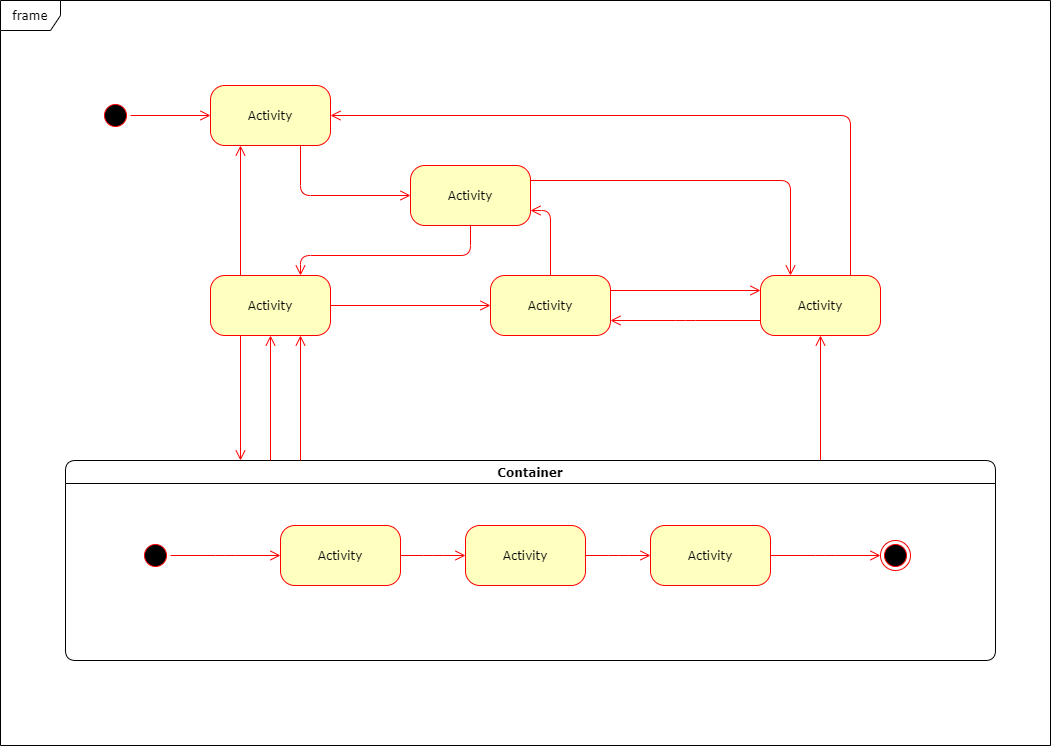
Above: 状态图.png in dreamMilk/diagram (draw.io), before the change. Source tidied: cells renumbered, new cells last; positions are measured from the earlier drawing's top-left corner, leaving out a move shared by most shapes.
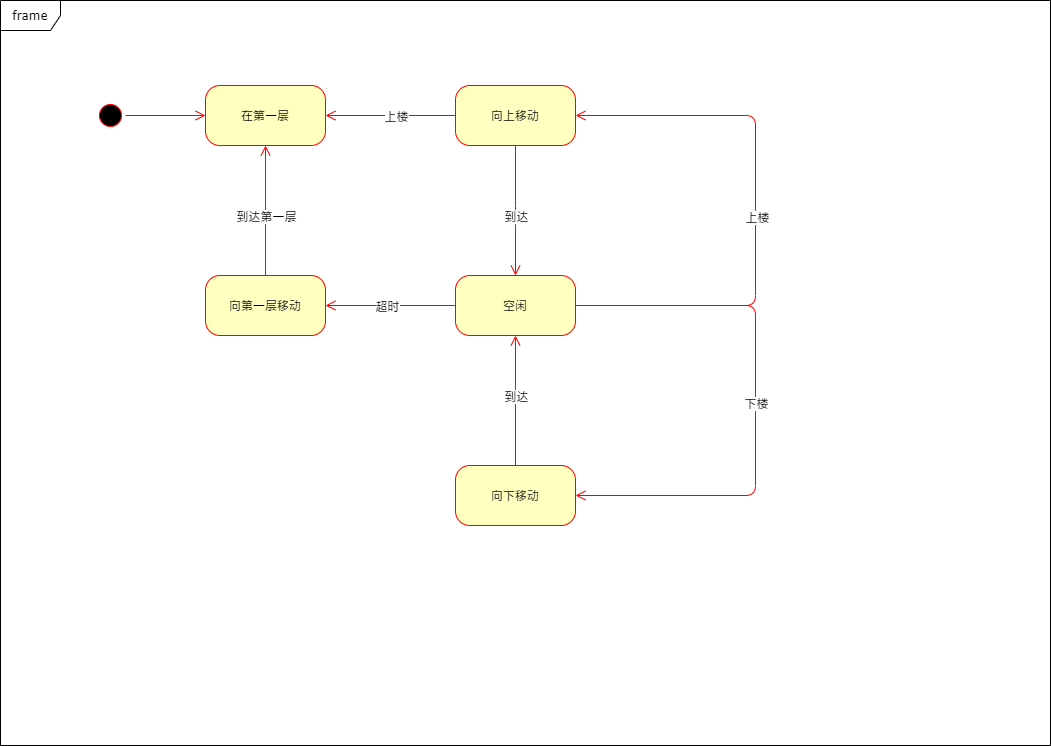
The same file after the commit.

Commit message:
更新   状态图.png

Change to the diagram source:
```diff
@@ -2,111 +2,99 @@
   <root>
     <mxCell id="0" />
     <mxCell id="1" parent="0" />
+    <mxCell id="22" value="frame" style="shape=umlFrame;whiteSpace=wrap;html=1;rounded=1;shadow=0;comic=0;labelBackgroundColor=none;strokeWidth=1;fontFamily=Verdana;fontSize=12;align=center;" parent="1" vertex="1">
+      <mxGeometry x="5" width="1050" height="745" as="geometry" />
+    </mxCell>
     <mxCell id="2" style="ellipse;html=1;shape=startState;fillColor=#000000;strokeColor=#ff0000;rounded=1;shadow=0;comic=0;labelBackgroundColor=none;fontFamily=Verdana;fontSize=12;fontColor=#000000;align=center;direction=south;" parent="1" vertex="1">
       <mxGeometry x="100" y="100" width="30" height="30" as="geometry" />
     </mxCell>
-    <mxCell id="3" value="Activity" style="rounded=1;whiteSpace=wrap;html=1;arcSize=24;fillColor=#ffffc0;strokeColor=#ff0000;shadow=0;comic=0;labelBackgroundColor=none;fontFamily=Verdana;fontSize=12;fontColor=#000000;align=center;" parent="1" vertex="1">
+    <mxCell id="3" value="向第一层移动" style="rounded=1;whiteSpace=wrap;html=1;arcSize=24;fillColor=#ffffc0;strokeColor=#ff0000;shadow=0;comic=0;labelBackgroundColor=none;fontFamily=Verdana;fontSize=12;fontColor=#000000;align=center;" parent="1" vertex="1">
       <mxGeometry x="210" y="275" width="120" height="60" as="geometry" />
     </mxCell>
-    <mxCell id="4" value="Activity" style="rounded=1;whiteSpace=wrap;html=1;arcSize=24;fillColor=#ffffc0;strokeColor=#ff0000;shadow=0;comic=0;labelBackgroundColor=none;fontFamily=Verdana;fontSize=12;fontColor=#000000;align=center;" parent="1" vertex="1">
+    <mxCell id="4" value="在第一层" style="rounded=1;whiteSpace=wrap;html=1;arcSize=24;fillColor=#ffffc0;strokeColor=#ff0000;shadow=0;comic=0;labelBackgroundColor=none;fontFamily=Verdana;fontSize=12;fontColor=#000000;align=center;" parent="1" vertex="1">
       <mxGeometry x="210" y="85" width="120" height="60" as="geometry" />
     </mxCell>
-    <mxCell id="5" style="edgeStyle=orthogonalEdgeStyle;html=1;exitX=1;exitY=0.25;entryX=0.25;entryY=0;labelBackgroundColor=none;endArrow=open;endSize=8;strokeColor=#ff0000;fontFamily=Verdana;fontSize=12;align=left;" parent="1" edge="1" source="6" target="9">
-      <mxGeometry relative="1" as="geometry" />
-    </mxCell>
-    <mxCell id="6" value="Activity" style="rounded=1;whiteSpace=wrap;html=1;arcSize=24;fillColor=#ffffc0;strokeColor=#ff0000;shadow=0;comic=0;labelBackgroundColor=none;fontFamily=Verdana;fontSize=12;fontColor=#000000;align=center;" parent="1" vertex="1">
-      <mxGeometry x="410" y="165" width="120" height="60" as="geometry" />
+    <mxCell id="6" value="向下移动" style="rounded=1;whiteSpace=wrap;html=1;arcSize=24;fillColor=#ffffc0;strokeColor=#ff0000;shadow=0;comic=0;labelBackgroundColor=none;fontFamily=Verdana;fontSize=12;fontColor=#000000;align=center;" parent="1" vertex="1">
+      <mxGeometry x="460" y="465" width="120" height="60" as="geometry" />
     </mxCell>
-    <mxCell id="7" style="edgeStyle=orthogonalEdgeStyle;html=1;exitX=0.75;exitY=0;entryX=1;entryY=0.5;labelBackgroundColor=none;endArrow=open;endSize=8;strokeColor=#ff0000;fontFamily=Verdana;fontSize=12;align=left;" parent="1" edge="1" source="9" target="4">
-      <mxGeometry relative="1" as="geometry">
-        <Array as="points">
-          <mxPoint x="850" y="115" />
-        </Array>
-      </mxGeometry>
+    <mxCell id="7" style="edgeStyle=orthogonalEdgeStyle;html=1;exitX=0;exitY=0.5;entryX=1;entryY=0.5;labelBackgroundColor=none;endArrow=open;endSize=8;strokeColor=#ff0000;fontFamily=Verdana;fontSize=12;align=left;exitDx=0;exitDy=0;" parent="1" edge="1" source="9" target="4">
+      <mxGeometry relative="1" as="geometry" />
     </mxCell>
+    <mxCell id="33" value="上楼" style="edgeLabel;html=1;align=center;verticalAlign=middle;" parent="7" vertex="1">
+      <mxGeometry x="0.11" y="-2" relative="1" as="geometry">
+        <mxPoint x="12" y="2" as="offset" />
+      </mxGeometry>
+    </mxCell>
-    <mxCell id="8" style="edgeStyle=elbowEdgeStyle;html=1;exitX=0;exitY=0.75;entryX=1;entryY=0.75;labelBackgroundColor=none;endArrow=open;endSize=8;strokeColor=#ff0000;fontFamily=Verdana;fontSize=12;align=left;" parent="1" edge="1" source="9" target="10">
-      <mxGeometry relative="1" as="geometry" />
+    <mxCell id="8" style="edgeStyle=elbowEdgeStyle;html=1;exitX=0.5;exitY=1;entryX=0.5;entryY=0;labelBackgroundColor=none;endArrow=open;endSize=8;strokeColor=#ff0000;fontFamily=Verdana;fontSize=12;align=left;exitDx=0;exitDy=0;entryDx=0;entryDy=0;" parent="1" edge="1" source="9" target="10">
+      <mxGeometry relative="1" as="geometry">
+        <Array as="points">
+          <mxPoint x="520" y="215" />
+        </Array>
+      </mxGeometry>
     </mxCell>
+    <mxCell id="34" value="到达" style="edgeLabel;html=1;align=center;verticalAlign=middle;" parent="8" vertex="1">
+      <mxGeometry x="-0.08" y="-11" relative="1" as="geometry">
+        <mxPoint x="11" y="10" as="offset" />
+      </mxGeometry>
+    </mxCell>
-    <mxCell id="9" value="Activity" style="rounded=1;whiteSpace=wrap;html=1;arcSize=24;fillColor=#ffffc0;strokeColor=#ff0000;shadow=0;comic=0;labelBackgroundColor=none;fontFamily=Verdana;fontSize=12;fontColor=#000000;align=center;" parent="1" vertex="1">
-      <mxGeometry x="760" y="275" width="120" height="60" as="geometry" />
+    <mxCell id="9" value="向上移动" style="rounded=1;whiteSpace=wrap;html=1;arcSize=24;fillColor=#ffffc0;strokeColor=#ff0000;shadow=0;comic=0;labelBackgroundColor=none;fontFamily=Verdana;fontSize=12;fontColor=#000000;align=center;" parent="1" vertex="1">
+      <mxGeometry x="460" y="85" width="120" height="60" as="geometry" />
     </mxCell>
-    <mxCell id="10" value="Activity" style="rounded=1;whiteSpace=wrap;html=1;arcSize=24;fillColor=#ffffc0;strokeColor=#ff0000;shadow=0;comic=0;labelBackgroundColor=none;fontFamily=Verdana;fontSize=12;fontColor=#000000;align=center;" parent="1" vertex="1">
-      <mxGeometry x="490" y="275" width="120" height="60" as="geometry" />
+    <mxCell id="10" value="空闲" style="rounded=1;whiteSpace=wrap;html=1;arcSize=24;fillColor=#ffffc0;strokeColor=#ff0000;shadow=0;comic=0;labelBackgroundColor=none;fontFamily=Verdana;fontSize=12;fontColor=#000000;align=center;" parent="1" vertex="1">
+      <mxGeometry x="460" y="275" width="120" height="60" as="geometry" />
     </mxCell>
-    <mxCell id="11" style="edgeStyle=elbowEdgeStyle;html=1;labelBackgroundColor=none;endArrow=open;endSize=8;strokeColor=#ff0000;fontFamily=Verdana;fontSize=12;align=left;" parent="1" edge="1" source="12" target="9">
-      <mxGeometry relative="1" as="geometry" />
-    </mxCell>
-    <mxCell id="12" value="Container" style="swimlane;whiteSpace=wrap;html=1;rounded=1;shadow=0;comic=0;labelBackgroundColor=none;strokeWidth=1;fontFamily=Verdana;fontSize=12;align=center;" parent="1" vertex="1">
-      <mxGeometry x="65" y="460" width="930" height="200" as="geometry" />
-    </mxCell>
-    <mxCell id="13" style="edgeStyle=elbowEdgeStyle;html=1;labelBackgroundColor=none;endArrow=open;endSize=8;strokeColor=#ff0000;fontFamily=Verdana;fontSize=12;align=left;" parent="12" edge="1" source="14" target="19">
-      <mxGeometry relative="1" as="geometry" />
-    </mxCell>
-    <mxCell id="14" value="Activity" style="rounded=1;whiteSpace=wrap;html=1;arcSize=24;fillColor=#ffffc0;strokeColor=#ff0000;shadow=0;comic=0;labelBackgroundColor=none;fontFamily=Verdana;fontSize=12;fontColor=#000000;align=center;" parent="12" vertex="1">
-      <mxGeometry x="215" y="65" width="120" height="60" as="geometry" />
-    </mxCell>
-    <mxCell id="15" style="ellipse;html=1;shape=endState;fillColor=#000000;strokeColor=#ff0000;rounded=1;shadow=0;comic=0;labelBackgroundColor=none;fontFamily=Verdana;fontSize=12;fontColor=#000000;align=center;" parent="12" vertex="1">
-      <mxGeometry x="815" y="80" width="30" height="30" as="geometry" />
-    </mxCell>
-    <mxCell id="16" style="edgeStyle=elbowEdgeStyle;html=1;labelBackgroundColor=none;endArrow=open;endSize=8;strokeColor=#ff0000;fontFamily=Verdana;fontSize=12;align=left;" parent="12" edge="1" source="17" target="14">
-      <mxGeometry relative="1" as="geometry" />
-    </mxCell>
-    <mxCell id="17" style="ellipse;html=1;shape=startState;fillColor=#000000;strokeColor=#ff0000;rounded=1;shadow=0;comic=0;labelBackgroundColor=none;fontFamily=Verdana;fontSize=12;fontColor=#000000;align=center;direction=south;" parent="12" vertex="1">
-      <mxGeometry x="75" y="80" width="30" height="30" as="geometry" />
-    </mxCell>
-    <mxCell id="18" style="edgeStyle=elbowEdgeStyle;html=1;labelBackgroundColor=none;endArrow=open;endSize=8;strokeColor=#ff0000;fontFamily=Verdana;fontSize=12;align=left;" parent="12" edge="1" source="19" target="21">
-      <mxGeometry relative="1" as="geometry" />
-    </mxCell>
-    <mxCell id="19" value="Activity" style="rounded=1;whiteSpace=wrap;html=1;arcSize=24;fillColor=#ffffc0;strokeColor=#ff0000;shadow=0;comic=0;labelBackgroundColor=none;fontFamily=Verdana;fontSize=12;fontColor=#000000;align=center;" parent="12" vertex="1">
-      <mxGeometry x="400" y="65" width="120" height="60" as="geometry" />
-    </mxCell>
-    <mxCell id="20" style="edgeStyle=elbowEdgeStyle;html=1;labelBackgroundColor=none;endArrow=open;endSize=8;strokeColor=#ff0000;fontFamily=Verdana;fontSize=12;align=left;" parent="12" edge="1" source="21" target="15">
-      <mxGeometry relative="1" as="geometry" />
-    </mxCell>
-    <mxCell id="21" value="Activity" style="rounded=1;whiteSpace=wrap;html=1;arcSize=24;fillColor=#ffffc0;strokeColor=#ff0000;shadow=0;comic=0;labelBackgroundColor=none;fontFamily=Verdana;fontSize=12;fontColor=#000000;align=center;" parent="12" vertex="1">
-      <mxGeometry x="585" y="65" width="120" height="60" as="geometry" />
-    </mxCell>
-    <mxCell id="22" value="frame" style="shape=umlFrame;whiteSpace=wrap;html=1;rounded=1;shadow=0;comic=0;labelBackgroundColor=none;strokeWidth=1;fontFamily=Verdana;fontSize=12;align=center;" parent="1" vertex="1">
-      <mxGeometry width="1050" height="745" as="geometry" />
-    </mxCell>
     <mxCell id="23" style="edgeStyle=orthogonalEdgeStyle;html=1;labelBackgroundColor=none;endArrow=open;endSize=8;strokeColor=#ff0000;fontFamily=Verdana;fontSize=12;align=left;" parent="1" edge="1" source="2" target="4">
       <mxGeometry relative="1" as="geometry" />
     </mxCell>
-    <mxCell id="24" style="edgeStyle=orthogonalEdgeStyle;html=1;labelBackgroundColor=none;endArrow=open;endSize=8;strokeColor=#ff0000;fontFamily=Verdana;fontSize=12;align=left;entryX=0;entryY=0.5;" parent="1" edge="1" source="4" target="6">
-      <mxGeometry relative="1" as="geometry">
-        <Array as="points">
-          <mxPoint x="300" y="195" />
-        </Array>
-      </mxGeometry>
-    </mxCell>
-    <mxCell id="25" style="edgeStyle=orthogonalEdgeStyle;html=1;entryX=0.75;entryY=0;labelBackgroundColor=none;endArrow=open;endSize=8;strokeColor=#ff0000;fontFamily=Verdana;fontSize=12;align=left;exitX=0.5;exitY=1;" parent="1" edge="1" source="6" target="3">
-      <mxGeometry relative="1" as="geometry">
-        <Array as="points">
-          <mxPoint x="470" y="255" />
-          <mxPoint x="300" y="255" />
-        </Array>
-      </mxGeometry>
-    </mxCell>
-    <mxCell id="26" style="edgeStyle=orthogonalEdgeStyle;html=1;exitX=0.25;exitY=0;entryX=0.25;entryY=1;labelBackgroundColor=none;endArrow=open;endSize=8;strokeColor=#ff0000;fontFamily=Verdana;fontSize=12;align=left;" parent="1" edge="1" source="3" target="4">
+    <mxCell id="26" style="edgeStyle=orthogonalEdgeStyle;html=1;exitX=0.5;exitY=0;entryX=0.5;entryY=1;labelBackgroundColor=none;endArrow=open;endSize=8;strokeColor=#ff0000;fontFamily=Verdana;fontSize=12;align=left;exitDx=0;exitDy=0;entryDx=0;entryDy=0;" parent="1" edge="1" source="3" target="4">
       <mxGeometry relative="1" as="geometry" />
     </mxCell>
+    <mxCell id="35" value="到达第一层" style="edgeLabel;html=1;align=center;verticalAlign=middle;" parent="26" vertex="1">
+      <mxGeometry x="-0.3" y="-2" relative="1" as="geometry">
+        <mxPoint x="-2" y="-15" as="offset" />
+      </mxGeometry>
+    </mxCell>
-    <mxCell id="27" style="edgeStyle=orthogonalEdgeStyle;html=1;exitX=1;exitY=0.5;entryX=0;entryY=0.5;labelBackgroundColor=none;endArrow=open;endSize=8;strokeColor=#ff0000;fontFamily=Verdana;fontSize=12;align=left;" parent="1" edge="1" source="3" target="10">
+    <mxCell id="27" style="edgeStyle=orthogonalEdgeStyle;html=1;exitX=0;exitY=0.5;entryX=1;entryY=0.5;labelBackgroundColor=none;endArrow=open;endSize=8;strokeColor=#ff0000;fontFamily=Verdana;fontSize=12;align=left;exitDx=0;exitDy=0;entryDx=0;entryDy=0;" parent="1" edge="1" source="10" target="3">
       <mxGeometry relative="1" as="geometry" />
     </mxCell>
+    <mxCell id="36" value="超时" style="edgeLabel;html=1;align=center;verticalAlign=middle;" parent="27" vertex="1">
+      <mxGeometry x="-0.25" y="1" relative="1" as="geometry">
+        <mxPoint x="-20" y="-1" as="offset" />
+      </mxGeometry>
+    </mxCell>
-    <mxCell id="28" style="edgeStyle=orthogonalEdgeStyle;html=1;exitX=0.5;exitY=0;entryX=1;entryY=0.75;labelBackgroundColor=none;endArrow=open;endSize=8;strokeColor=#ff0000;fontFamily=Verdana;fontSize=12;align=left;" parent="1" edge="1" source="10" target="6">
+    <mxCell id="28" style="edgeStyle=orthogonalEdgeStyle;html=1;exitX=0.5;exitY=0;entryX=0.5;entryY=1;labelBackgroundColor=none;endArrow=open;endSize=8;strokeColor=#ff0000;fontFamily=Verdana;fontSize=12;align=left;exitDx=0;exitDy=0;entryDx=0;entryDy=0;" parent="1" edge="1" source="6" target="10">
       <mxGeometry relative="1" as="geometry" />
     </mxCell>
+    <mxCell id="37" value="到达" style="edgeLabel;html=1;align=center;verticalAlign=middle;" parent="28" vertex="1">
+      <mxGeometry x="-0.29" y="-1" relative="1" as="geometry">
+        <mxPoint x="-1" y="-24" as="offset" />
+      </mxGeometry>
+    </mxCell>
-    <mxCell id="29" style="edgeStyle=orthogonalEdgeStyle;html=1;exitX=1;exitY=0.25;entryX=0;entryY=0.25;labelBackgroundColor=none;endArrow=open;endSize=8;strokeColor=#ff0000;fontFamily=Verdana;fontSize=12;align=left;" parent="1" edge="1" source="10" target="9">
-      <mxGeometry relative="1" as="geometry" />
+    <mxCell id="29" style="edgeStyle=orthogonalEdgeStyle;html=1;exitX=1;exitY=0.5;entryX=1;entryY=0.5;labelBackgroundColor=none;endArrow=open;endSize=8;strokeColor=#ff0000;fontFamily=Verdana;fontSize=12;align=left;entryDx=0;entryDy=0;exitDx=0;exitDy=0;" parent="1" edge="1" source="10" target="9">
+      <mxGeometry relative="1" as="geometry">
+        <Array as="points">
+          <mxPoint x="760" y="305" />
+          <mxPoint x="760" y="115" />
+        </Array>
+      </mxGeometry>
     </mxCell>
-    <mxCell id="30" style="edgeStyle=elbowEdgeStyle;html=1;labelBackgroundColor=none;endArrow=open;endSize=8;strokeColor=#ff0000;fontFamily=Verdana;fontSize=12;align=left;entryX=0.75;entryY=1;" parent="1" edge="1" source="12" target="3">
-      <mxGeometry relative="1" as="geometry" />
-    </mxCell>
-    <mxCell id="31" style="edgeStyle=elbowEdgeStyle;html=1;labelBackgroundColor=none;endArrow=open;endSize=8;strokeColor=#ff0000;fontFamily=Verdana;fontSize=12;align=left;entryX=0.5;entryY=1;" parent="1" edge="1" source="12" target="3">
-      <mxGeometry relative="1" as="geometry" />
-    </mxCell>
-    <mxCell id="32" style="edgeStyle=elbowEdgeStyle;html=1;labelBackgroundColor=none;endArrow=open;endSize=8;strokeColor=#ff0000;fontFamily=Verdana;fontSize=12;align=left;exitX=0.25;exitY=1;" parent="1" edge="1" source="3" target="12">
-      <mxGeometry relative="1" as="geometry" />
-    </mxCell>
+    <mxCell id="38" value="上楼" style="edgeLabel;html=1;align=center;verticalAlign=middle;" parent="29" vertex="1">
+      <mxGeometry x="0.06" y="-1" relative="1" as="geometry">
+        <mxPoint y="21" as="offset" />
+      </mxGeometry>
+    </mxCell>
+    <mxCell id="39" style="edgeStyle=orthogonalEdgeStyle;html=1;exitX=1;exitY=0.5;entryX=1;entryY=0.5;labelBackgroundColor=none;endArrow=open;endSize=8;strokeColor=#ff0000;fontFamily=Verdana;fontSize=12;align=left;entryDx=0;entryDy=0;exitDx=0;exitDy=0;" parent="1" edge="1" source="10" target="6">
+      <mxGeometry relative="1" as="geometry">
+        <Array as="points">
+          <mxPoint x="760" y="305" />
+          <mxPoint x="760" y="495" />
+        </Array>
+      </mxGeometry>
+    </mxCell>
+    <mxCell id="40" value="下楼" style="edgeLabel;html=1;align=center;verticalAlign=middle;" parent="39" vertex="1">
+      <mxGeometry x="-0.32" y="-71" relative="1" as="geometry">
+        <mxPoint x="71" y="91" as="offset" />
+      </mxGeometry>
+    </mxCell>
   </root>
 </mxGraphModel>
```
